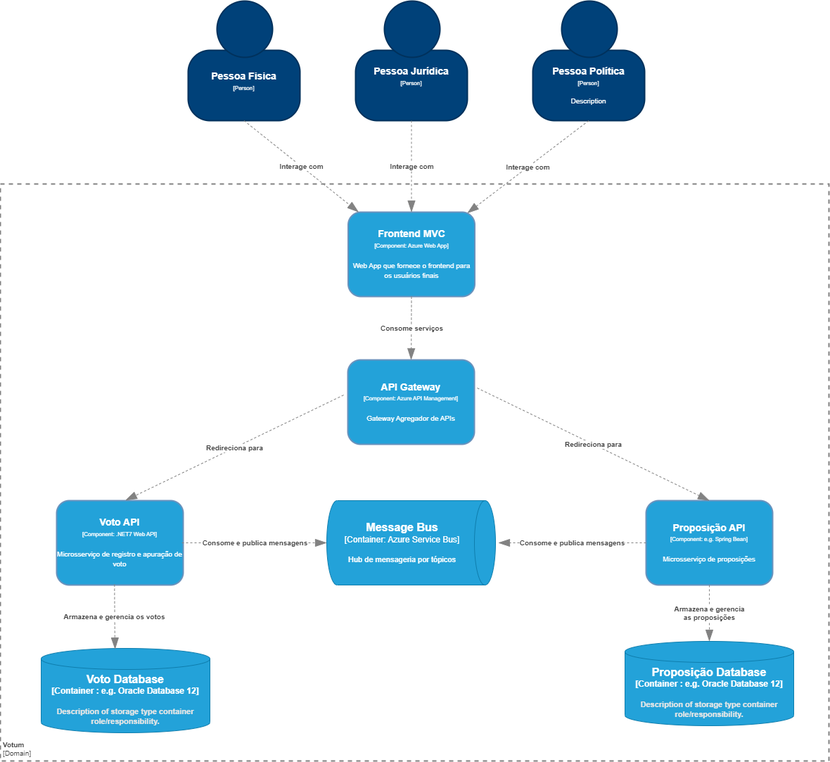
Above: docs/Architecture Model.png in braz-vinicius/votum (draw.io), before the change. Source tidied: cells renumbered, new cells last; positions are measured from the earlier drawing's top-left corner, leaving out a move shared by most shapes.
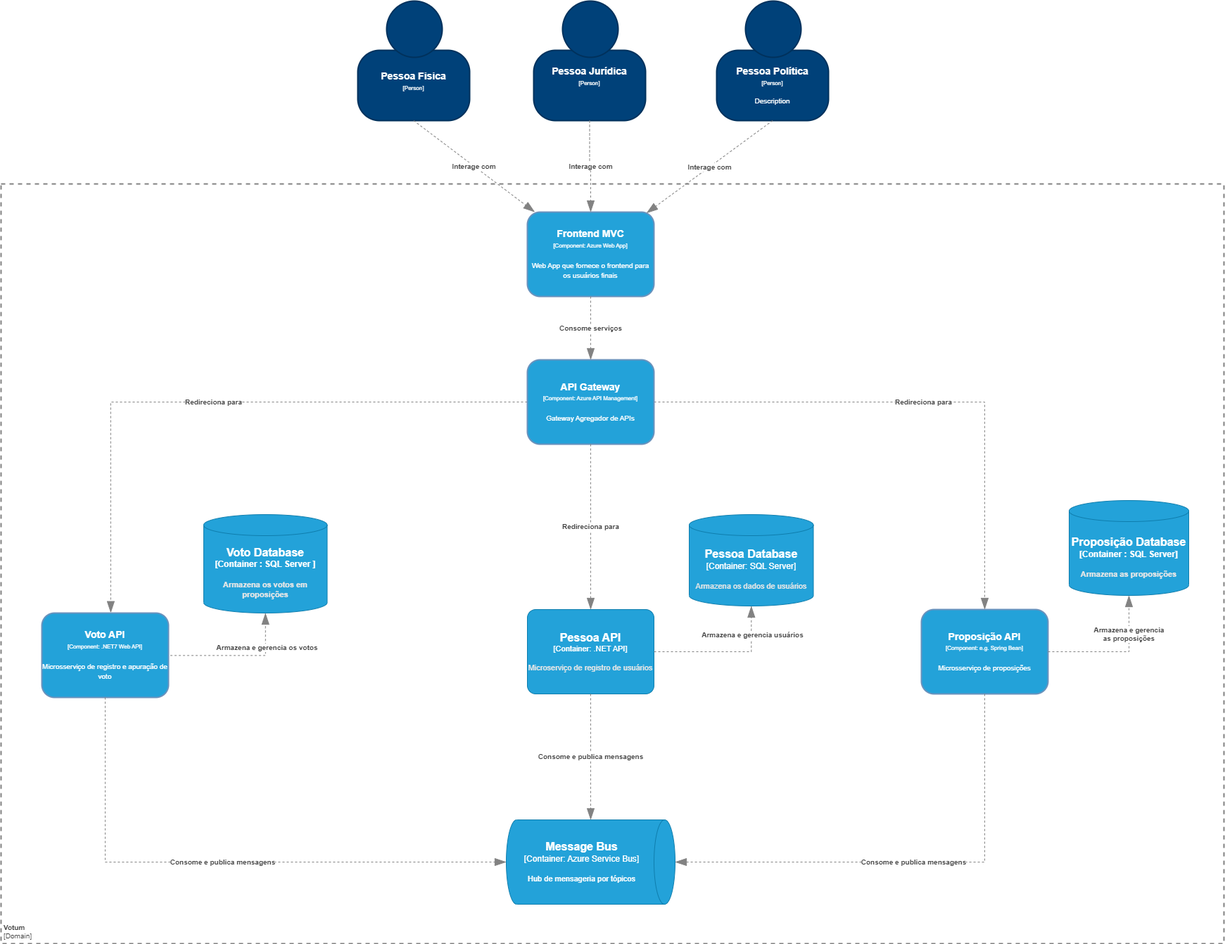
The same diagram one commit later.

The edit, as a diff of the source:
```diff
@@ -6,3 +6,3 @@
       <mxCell style="rounded=0;whiteSpace=wrap;html=1;strokeColor=#828282;fillColor=none;fontColor=#404040;align=left;labelPosition=center;verticalLabelPosition=middle;verticalAlign=bottom;dashed=1;strokeWidth=2;perimeterSpacing=0;spacing=4;spacingTop=0;fontSize=10;" parent="1" vertex="1">
-        <mxGeometry y="260" width="1178" height="820" as="geometry" />
+        <mxGeometry y="260" width="1738" height="1080" as="geometry" />
       </mxCell>
@@ -11,3 +11,3 @@
       <mxCell style="rounded=1;whiteSpace=wrap;html=1;fillColor=#23A2D9;fontColor=#FFFFFF;strokeColor=#6992BD;strokeWidth=2;" parent="1" vertex="1">
-        <mxGeometry x="494.5" y="300" width="180" height="120" as="geometry" />
+        <mxGeometry x="748" y="300" width="180" height="120" as="geometry" />
       </mxCell>
@@ -16,3 +16,3 @@
       <mxCell style="rounded=1;whiteSpace=wrap;html=1;fillColor=#23A2D9;fontColor=#FFFFFF;strokeColor=#6992BD;strokeWidth=2;" parent="1" vertex="1">
-        <mxGeometry x="80" y="710" width="180" height="120" as="geometry" />
+        <mxGeometry x="58" y="870" width="180" height="120" as="geometry" />
       </mxCell>
@@ -21,3 +21,3 @@
       <mxCell style="rounded=1;whiteSpace=wrap;html=1;fillColor=#23A2D9;fontColor=#FFFFFF;strokeColor=#6992BD;strokeWidth=2;" parent="1" vertex="1">
-        <mxGeometry x="918" y="710" width="180" height="120" as="geometry" />
+        <mxGeometry x="1308" y="865" width="180" height="120" as="geometry" />
       </mxCell>
@@ -26,3 +26,3 @@
       <mxCell style="group;" parent="1" vertex="1">
-        <mxGeometry x="268" width="160" height="170" as="geometry" />
+        <mxGeometry x="508" width="160" height="170" as="geometry" />
       </mxCell>
@@ -37,10 +37,10 @@
     </mxCell>
-    <object id="9" label="&lt;font style=&quot;font-size: 16px&quot;&gt;&lt;b&gt;%c4Type%&lt;/font&gt;&lt;div&gt;[%c4Container%:&amp;nbsp;%c4Technology%]&lt;/div&gt;&lt;br&gt;&lt;div&gt;&lt;font style=&quot;font-size: 11px&quot;&gt;&lt;font color=&quot;#E6E6E6&quot;&gt;%c4Description%&lt;/font&gt;&lt;/div&gt;" c4Container="Container " c4Description="Description of storage type container role/responsibility." c4Technology="e.g. Oracle Database 12" c4Type="Proposição Database" placeholders="1">
+    <object id="9" label="&lt;font style=&quot;font-size: 16px&quot;&gt;&lt;b&gt;%c4Type%&lt;/font&gt;&lt;div&gt;[%c4Container%:&amp;nbsp;%c4Technology%]&lt;/div&gt;&lt;br&gt;&lt;div&gt;&lt;font style=&quot;font-size: 11px&quot;&gt;&lt;font color=&quot;#E6E6E6&quot;&gt;%c4Description%&lt;/font&gt;&lt;/div&gt;" c4Container="Container " c4Description="Armazena as proposições" c4Technology="SQL Server" c4Type="Proposição Database" placeholders="1">
       <mxCell style="shape=cylinder3;size=15;whiteSpace=wrap;html=1;boundedLbl=1;rounded=0;labelBackgroundColor=none;fillColor=#23A2D9;fontSize=12;fontColor=#ffffff;align=center;strokeColor=#0E7DAD;points=[[0.5,0,0],[1,0.25,0],[1,0.5,0],[1,0.75,0],[0.5,1,0],[0,0.75,0],[0,0.5,0],[0,0.25,0]];" parent="1" vertex="1">
-        <mxGeometry x="888" y="910" width="240" height="120" as="geometry" />
+        <mxGeometry x="1518" y="710" width="170" height="135" as="geometry" />
       </mxCell>
     </object>
-    <object id="10" label="&lt;font style=&quot;font-size: 16px&quot;&gt;&lt;b&gt;%c4Type%&lt;/font&gt;&lt;div&gt;[%c4Container%:&amp;nbsp;%c4Technology%]&lt;/div&gt;&lt;br&gt;&lt;div&gt;&lt;font style=&quot;font-size: 11px&quot;&gt;&lt;font color=&quot;#E6E6E6&quot;&gt;%c4Description%&lt;/font&gt;&lt;/div&gt;" c4Container="Container " c4Description="Description of storage type container role/responsibility." c4Technology="e.g. Oracle Database 12" c4Type="Voto Database" placeholders="1">
+    <object id="10" label="&lt;font style=&quot;font-size: 16px&quot;&gt;&lt;b&gt;%c4Type%&lt;/font&gt;&lt;div&gt;[%c4Container%:&amp;nbsp;%c4Technology%]&lt;/div&gt;&lt;br&gt;&lt;div&gt;&lt;font style=&quot;font-size: 11px&quot;&gt;&lt;font color=&quot;#E6E6E6&quot;&gt;%c4Description%&lt;/font&gt;&lt;/div&gt;" c4Container="Container " c4Description="Armazena os votos em proposições" c4Technology="SQL Server " c4Type="Voto Database" placeholders="1">
       <mxCell style="shape=cylinder3;size=15;whiteSpace=wrap;html=1;boundedLbl=1;rounded=0;labelBackgroundColor=none;fillColor=#23A2D9;fontSize=12;fontColor=#ffffff;align=center;strokeColor=#0E7DAD;points=[[0.5,0,0],[1,0.25,0],[1,0.5,0],[1,0.75,0],[0.5,1,0],[0,0.75,0],[0,0.5,0],[0,0.25,0]];" parent="1" vertex="1">
-        <mxGeometry x="58" y="920" width="240" height="120" as="geometry" />
+        <mxGeometry x="288" y="730" width="175.5" height="140" as="geometry" />
       </mxCell>
@@ -49,3 +49,3 @@
       <mxCell style="shape=cylinder3;size=15;direction=south;whiteSpace=wrap;html=1;boundedLbl=1;rounded=0;labelBackgroundColor=none;fillColor=#23A2D9;fontSize=12;fontColor=#FFFFFF;align=center;strokeColor=#0E7DAD;points=[[0.5,0,0],[1,0.25,0],[1,0.5,0],[1,0.75,0],[0.5,1,0],[0,0.75,0],[0,0.5,0],[0,0.25,0]];" parent="1" vertex="1">
-        <mxGeometry x="464" y="710" width="240" height="120" as="geometry" />
+        <mxGeometry x="718" y="1164" width="240" height="120" as="geometry" />
       </mxCell>
@@ -53,4 +53,4 @@
     <object id="12" label="&lt;div style=&quot;text-align: left&quot;&gt;&lt;div style=&quot;text-align: center&quot;&gt;&lt;b&gt;%c4Description%&lt;/b&gt;&lt;/div&gt;" c4Description="Armazena e gerencia&#10;as proposições" c4Type="Relationship" placeholders="1">
-      <mxCell style="endArrow=blockThin;html=1;fontSize=10;fontColor=#404040;strokeWidth=1;endFill=1;strokeColor=#828282;elbow=vertical;endSize=14;startSize=14;jumpStyle=arc;jumpSize=16;rounded=0;edgeStyle=orthogonalEdgeStyle;exitX=0.5;exitY=1;exitDx=0;exitDy=0;dashed=1;" parent="1" edge="1" source="5" target="9">
-        <mxGeometry relative="1" as="geometry" />
+      <mxCell style="endArrow=blockThin;html=1;fontSize=10;fontColor=#404040;strokeWidth=1;endFill=1;strokeColor=#828282;elbow=vertical;endSize=14;startSize=14;jumpStyle=arc;jumpSize=16;rounded=0;dashed=1;exitX=1;exitY=0.5;exitDx=0;exitDy=0;entryX=0.5;entryY=1;entryDx=0;entryDy=0;entryPerimeter=0;edgeStyle=orthogonalEdgeStyle;" parent="1" edge="1" source="5" target="9">
+        <mxGeometry x="0.44" relative="1" as="geometry" />
       </mxCell>
@@ -58,4 +58,6 @@
     <object id="13" label="&lt;div style=&quot;text-align: left&quot;&gt;&lt;div style=&quot;text-align: center&quot;&gt;&lt;b&gt;%c4Description%&lt;/b&gt;&lt;/div&gt;" c4Description="Armazena e gerencia os votos" c4Type="Relationship" placeholders="1">
-      <mxCell style="endArrow=blockThin;html=1;fontSize=10;fontColor=#404040;strokeWidth=1;endFill=1;strokeColor=#828282;elbow=vertical;endSize=14;startSize=14;jumpStyle=arc;jumpSize=16;rounded=0;edgeStyle=orthogonalEdgeStyle;exitX=0.457;exitY=0.993;exitDx=0;exitDy=0;entryX=0.438;entryY=0.01;entryDx=0;entryDy=0;entryPerimeter=0;exitPerimeter=0;dashed=1;" parent="1" edge="1" source="4" target="10">
-        <mxGeometry relative="1" as="geometry" />
+      <mxCell style="endArrow=blockThin;html=1;fontSize=10;fontColor=#404040;strokeWidth=1;endFill=1;strokeColor=#828282;elbow=vertical;endSize=14;startSize=14;jumpStyle=arc;jumpSize=16;rounded=0;exitX=1.014;exitY=0.503;exitDx=0;exitDy=0;entryX=0.5;entryY=1;entryDx=0;entryDy=0;entryPerimeter=0;exitPerimeter=0;dashed=1;edgeStyle=orthogonalEdgeStyle;" parent="1" edge="1" source="4" target="10">
+        <mxGeometry x="0.49" y="-2" relative="1" as="geometry">
+          <mxPoint y="-1" as="offset" />
+        </mxGeometry>
       </mxCell>
@@ -63,6 +65,4 @@
     <object id="14" label="&lt;div style=&quot;text-align: left&quot;&gt;&lt;div style=&quot;text-align: center&quot;&gt;&lt;b&gt;%c4Description%&lt;/b&gt;&lt;/div&gt;" c4Description="Redireciona para" c4Type="Relationship" placeholders="1">
-      <mxCell style="endArrow=blockThin;html=1;fontSize=10;fontColor=#404040;strokeWidth=1;endFill=1;strokeColor=#828282;elbow=vertical;endSize=14;startSize=14;jumpStyle=arc;jumpSize=16;rounded=0;entryX=0.544;entryY=-0.003;entryDx=0;entryDy=0;entryPerimeter=0;dashed=1;" parent="1" edge="1" target="4">
-        <mxGeometry relative="1" as="geometry">
-          <mxPoint x="488" y="560" as="sourcePoint" />
-        </mxGeometry>
+      <mxCell style="endArrow=blockThin;html=1;fontSize=10;fontColor=#404040;strokeWidth=1;endFill=1;strokeColor=#828282;elbow=vertical;endSize=14;startSize=14;jumpStyle=arc;jumpSize=16;rounded=0;entryX=0.544;entryY=-0.003;entryDx=0;entryDy=0;entryPerimeter=0;dashed=1;exitX=0;exitY=0.5;exitDx=0;exitDy=0;edgeStyle=orthogonalEdgeStyle;" parent="1" edge="1" source="26" target="4">
+        <mxGeometry relative="1" as="geometry" />
       </mxCell>
@@ -70,6 +70,4 @@
     <object id="15" label="&lt;div style=&quot;text-align: left&quot;&gt;&lt;div style=&quot;text-align: center&quot;&gt;&lt;b&gt;%c4Description%&lt;/b&gt;&lt;/div&gt;" c4Description="Redireciona para" c4Type="Relationship" placeholders="1">
-      <mxCell style="endArrow=blockThin;html=1;fontSize=10;fontColor=#404040;strokeWidth=1;endFill=1;strokeColor=#828282;elbow=vertical;endSize=14;startSize=14;jumpStyle=arc;jumpSize=16;rounded=0;entryX=0.5;entryY=0;entryDx=0;entryDy=0;dashed=1;" parent="1" edge="1" target="5">
-        <mxGeometry relative="1" as="geometry">
-          <mxPoint x="678" y="550" as="sourcePoint" />
-        </mxGeometry>
+      <mxCell style="endArrow=blockThin;html=1;fontSize=10;fontColor=#404040;strokeWidth=1;endFill=1;strokeColor=#828282;elbow=vertical;endSize=14;startSize=14;jumpStyle=arc;jumpSize=16;rounded=0;entryX=0.5;entryY=0;entryDx=0;entryDy=0;dashed=1;exitX=1;exitY=0.5;exitDx=0;exitDy=0;edgeStyle=orthogonalEdgeStyle;" parent="1" edge="1" source="26" target="5">
+        <mxGeometry relative="1" as="geometry" />
       </mxCell>
@@ -77,6 +75,4 @@
     <object id="16" label="&lt;div style=&quot;text-align: left&quot;&gt;&lt;div style=&quot;text-align: center&quot;&gt;&lt;b&gt;%c4Description%&lt;/b&gt;&lt;/div&gt;" c4Description="Consome e publica mensagens " c4Type="Relationship" placeholders="1">
-      <mxCell style="endArrow=blockThin;html=1;fontSize=10;fontColor=#404040;strokeWidth=1;endFill=1;strokeColor=#828282;elbow=vertical;endSize=14;startSize=14;jumpStyle=arc;jumpSize=16;rounded=0;edgeStyle=orthogonalEdgeStyle;dashed=1;" parent="1" edge="1" target="11">
-        <mxGeometry relative="1" as="geometry">
-          <mxPoint x="258" y="770" as="sourcePoint" />
-        </mxGeometry>
+      <mxCell style="endArrow=blockThin;html=1;fontSize=10;fontColor=#404040;strokeWidth=1;endFill=1;strokeColor=#828282;elbow=vertical;endSize=14;startSize=14;jumpStyle=arc;jumpSize=16;rounded=0;dashed=1;entryX=0.5;entryY=1;entryDx=0;entryDy=0;entryPerimeter=0;exitX=0.5;exitY=1;exitDx=0;exitDy=0;edgeStyle=orthogonalEdgeStyle;" parent="1" edge="1" source="4" target="11">
+        <mxGeometry relative="1" as="geometry" />
       </mxCell>
@@ -84,6 +80,4 @@
     <object id="17" label="&lt;div style=&quot;text-align: left&quot;&gt;&lt;div style=&quot;text-align: center&quot;&gt;&lt;b&gt;%c4Description%&lt;/b&gt;&lt;/div&gt;" c4Description="Consome e publica mensagens" c4Type="Relationship" placeholders="1">
-      <mxCell style="endArrow=blockThin;html=1;fontSize=10;fontColor=#404040;strokeWidth=1;endFill=1;strokeColor=#828282;elbow=vertical;endSize=14;startSize=14;jumpStyle=arc;jumpSize=16;rounded=0;edgeStyle=orthogonalEdgeStyle;exitX=0;exitY=0.5;exitDx=0;exitDy=0;dashed=1;" parent="1" edge="1" source="5">
-        <mxGeometry relative="1" as="geometry">
-          <mxPoint x="708" y="770" as="targetPoint" />
-        </mxGeometry>
+      <mxCell style="endArrow=blockThin;html=1;fontSize=10;fontColor=#404040;strokeWidth=1;endFill=1;strokeColor=#828282;elbow=vertical;endSize=14;startSize=14;jumpStyle=arc;jumpSize=16;rounded=0;dashed=1;entryX=0.5;entryY=0;entryDx=0;entryDy=0;entryPerimeter=0;exitX=0.5;exitY=1;exitDx=0;exitDy=0;edgeStyle=orthogonalEdgeStyle;" parent="1" edge="1" source="5" target="11">
+        <mxGeometry relative="1" as="geometry" />
       </mxCell>
@@ -92,3 +86,3 @@
       <mxCell style="group;" parent="1" vertex="1">
-        <mxGeometry x="506" width="160" height="170" as="geometry" />
+        <mxGeometry x="758" width="160" height="170" as="geometry" />
       </mxCell>
@@ -105,3 +99,3 @@
       <mxCell style="group;" parent="1" vertex="1">
-        <mxGeometry x="758" width="160" height="170" as="geometry" />
+        <mxGeometry x="1018" width="160" height="170" as="geometry" />
       </mxCell>
@@ -128,3 +122,3 @@
       <mxCell style="rounded=1;whiteSpace=wrap;html=1;fillColor=#23A2D9;fontColor=#FFFFFF;strokeColor=#6992BD;strokeWidth=2;" parent="1" vertex="1">
-        <mxGeometry x="494" y="510" width="180" height="120" as="geometry" />
+        <mxGeometry x="748" y="510" width="180" height="120" as="geometry" />
       </mxCell>
@@ -141,2 +135,29 @@
     </object>
+    <object id="29" label="&lt;font style=&quot;font-size: 16px&quot;&gt;&lt;b&gt;%c4Name%&lt;/b&gt;&lt;/font&gt;&lt;div&gt;[%c4Type%: %c4Technology%]&lt;/div&gt;&lt;br&gt;&lt;div&gt;&lt;font style=&quot;font-size: 11px&quot;&gt;&lt;font color=&quot;#E6E6E6&quot;&gt;%c4Description%&lt;/font&gt;&lt;/div&gt;" c4Description="Microserviço de registro de usuários" c4Name="Pessoa API" c4Technology=".NET API" c4Type="Container" placeholders="1">
+      <mxCell style="rounded=1;whiteSpace=wrap;html=1;fontSize=11;labelBackgroundColor=none;fillColor=#23A2D9;fontColor=#ffffff;align=center;arcSize=10;strokeColor=#0E7DAD;points=[[0.25,0,0],[0.5,0,0],[0.75,0,0],[1,0.25,0],[1,0.5,0],[1,0.75,0],[0.75,1,0],[0.5,1,0],[0.25,1,0],[0,0.75,0],[0,0.5,0],[0,0.25,0]];" parent="1" vertex="1">
+        <mxGeometry x="748" y="865" width="180" height="120" as="geometry" />
+      </mxCell>
+    </object>
+    <object id="30" label="&lt;font style=&quot;font-size: 16px&quot;&gt;&lt;b&gt;%c4Type%&lt;/b&gt;&lt;/font&gt;&lt;div&gt;[%c4Container%:&amp;nbsp;%c4Technology%]&lt;/div&gt;&lt;br&gt;&lt;div&gt;&lt;font style=&quot;font-size: 11px&quot;&gt;&lt;font color=&quot;#E6E6E6&quot;&gt;%c4Description%&lt;/font&gt;&lt;/div&gt;" c4Container="Container" c4Description="Armazena os dados de usuários" c4Technology="SQL Server" c4Type="Pessoa Database" placeholders="1">
+      <mxCell style="shape=cylinder3;size=15;whiteSpace=wrap;html=1;boundedLbl=1;rounded=0;labelBackgroundColor=none;fillColor=#23A2D9;fontSize=12;fontColor=#ffffff;align=center;strokeColor=#0E7DAD;points=[[0.5,0,0],[1,0.25,0],[1,0.5,0],[1,0.75,0],[0.5,1,0],[0,0.75,0],[0,0.5,0],[0,0.25,0]];" parent="1" vertex="1">
+        <mxGeometry x="978" y="730" width="176.5" height="130" as="geometry" />
+      </mxCell>
+    </object>
+    <object id="31" label="&lt;div style=&quot;text-align: left&quot;&gt;&lt;div style=&quot;text-align: center&quot;&gt;&lt;b&gt;%c4Description%&lt;/b&gt;&lt;/div&gt;" c4Description="Armazena e gerencia usuários" c4Type="Relationship" placeholders="1">
+      <mxCell style="endArrow=blockThin;html=1;fontSize=10;fontColor=#404040;strokeWidth=1;endFill=1;strokeColor=#828282;elbow=vertical;endSize=14;startSize=14;jumpStyle=arc;jumpSize=16;rounded=0;edgeStyle=orthogonalEdgeStyle;exitX=1;exitY=0.5;exitDx=0;exitDy=0;exitPerimeter=0;dashed=1;" parent="1" edge="1" source="29" target="30">
+        <mxGeometry x="0.61" y="-2" relative="1" as="geometry">
+          <mxPoint y="1" as="offset" />
+        </mxGeometry>
+      </mxCell>
+    </object>
+    <object id="32" label="&lt;div style=&quot;text-align: left&quot;&gt;&lt;div style=&quot;text-align: center&quot;&gt;&lt;b&gt;%c4Description%&lt;/b&gt;&lt;/div&gt;" c4Description="Consome e publica mensagens" c4Type="Relationship" placeholders="1">
+      <mxCell style="endArrow=blockThin;html=1;fontSize=10;fontColor=#404040;strokeWidth=1;endFill=1;strokeColor=#828282;elbow=vertical;endSize=14;startSize=14;jumpStyle=arc;jumpSize=16;rounded=0;edgeStyle=orthogonalEdgeStyle;exitX=0.5;exitY=1;exitDx=0;exitDy=0;exitPerimeter=0;entryX=0;entryY=0.5;entryDx=0;entryDy=0;entryPerimeter=0;dashed=1;" parent="1" edge="1" source="29" target="11">
+        <mxGeometry relative="1" as="geometry" />
+      </mxCell>
+    </object>
+    <object id="33" label="&lt;div style=&quot;text-align: left&quot;&gt;&lt;div style=&quot;text-align: center&quot;&gt;&lt;b&gt;%c4Description%&lt;/b&gt;&lt;/div&gt;" c4Description="Redireciona para" c4Type="Relationship" placeholders="1">
+      <mxCell style="endArrow=blockThin;html=1;fontSize=10;fontColor=#404040;strokeWidth=1;endFill=1;strokeColor=#828282;elbow=vertical;endSize=14;startSize=14;jumpStyle=arc;jumpSize=16;rounded=0;edgeStyle=orthogonalEdgeStyle;dashed=1;exitX=0.5;exitY=1;exitDx=0;exitDy=0;" parent="1" edge="1" source="26" target="29">
+        <mxGeometry relative="1" as="geometry" />
+      </mxCell>
+    </object>
   </root>
```
